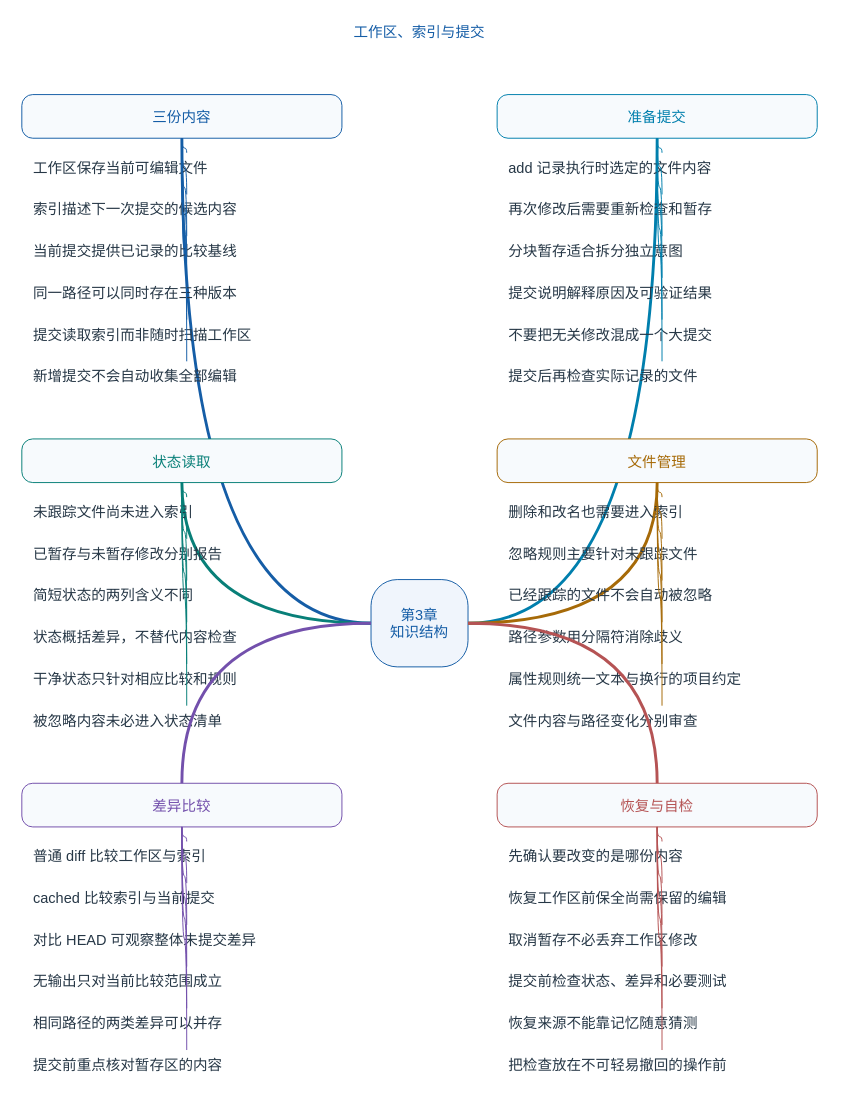
Above: page "第3章 工作区、索引与提交" (3 of 17) of assets/git-book-mindmaps.drawio in tsingke/GitEasy (draw.io), before the change. Source tidied: cells renumbered, new cells numbered last; positions are measured from the earlier drawing's top-left corner, leaving out a move shared by most shapes. Both pictures are drawn from the tidied source at 97%, with x=0, y=0 at pixel (21, 16).
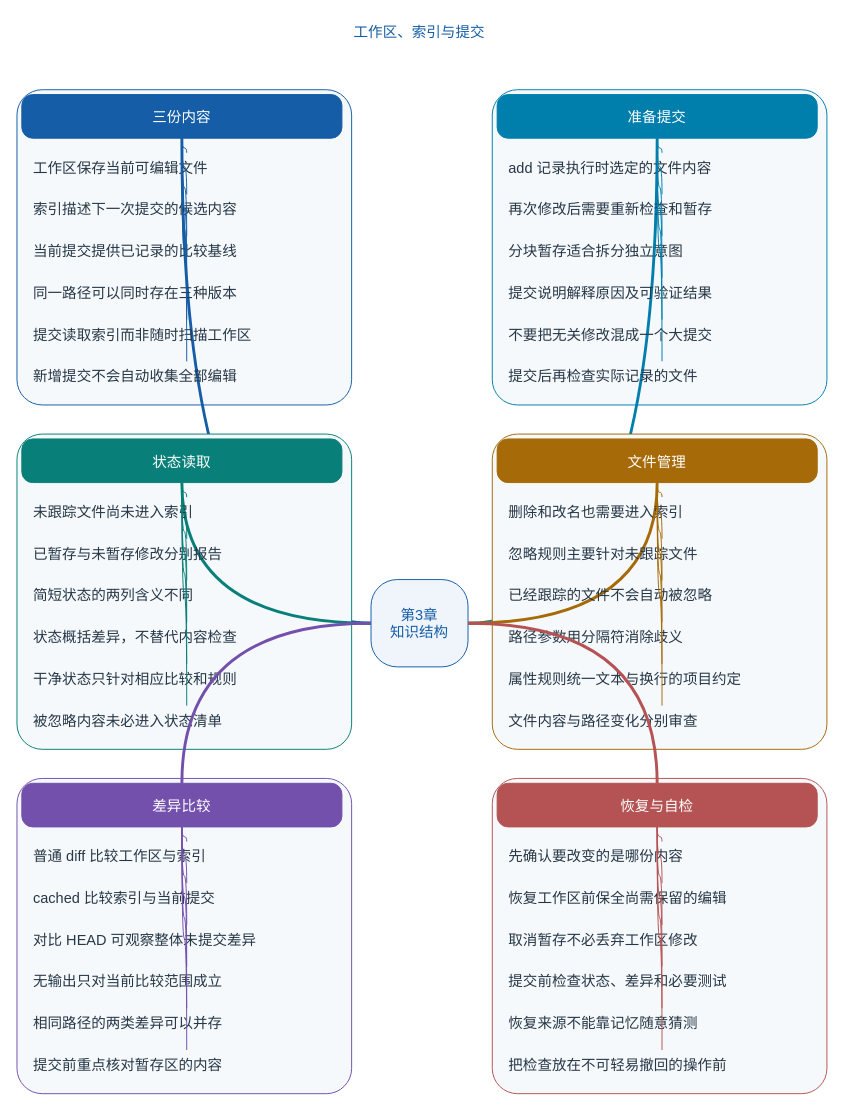
After the change.

What changed in the source:
```diff
@@
+    <mxCell id="88" style="rounded=1;arcSize=8;fillColor=#F6F9FC;strokeColor=#155DA6;html=1;whiteSpace=wrap;fontFamily=Helvetica;fontSize=15;" parent="1" vertex="1">
+      <mxGeometry x="-5" y="75" width="345" height="325" as="geometry" />
+    </mxCell>
-    <mxCell id="4" value="三份内容" style="rounded=1;arcSize=25;align=center;fillColor=#F7FAFD;strokeColor=#155DA6;fontColor=#155DA6;html=1;whiteSpace=wrap;fontFamily=Helvetica;fontSize=15;" parent="1" vertex="1">
+    <mxCell id="4" value="三份内容" style="rounded=1;arcSize=25;align=center;fillColor=#155DA6;strokeColor=#155DA6;fontColor=#FFFFFF;html=1;whiteSpace=wrap;fontFamily=Helvetica;fontSize=15;" parent="1" vertex="1">
       <mxGeometry y="80" width="330" height="45" as="geometry" />
     </mxCell>
@@
+    <mxCell id="89" style="rounded=1;arcSize=8;fillColor=#F6F9FC;strokeColor=#087F78;html=1;whiteSpace=wrap;fontFamily=Helvetica;fontSize=15;" parent="1" vertex="1">
+      <mxGeometry x="-5" y="430" width="345" height="325" as="geometry" />
+    </mxCell>
-    <mxCell id="18" value="状态读取" style="rounded=1;arcSize=25;align=center;fillColor=#F7FAFD;strokeColor=#087F78;fontColor=#087F78;html=1;whiteSpace=wrap;fontFamily=Helvetica;fontSize=15;" parent="1" vertex="1">
+    <mxCell id="18" value="状态读取" style="rounded=1;arcSize=25;align=center;fillColor=#087F78;strokeColor=#087F78;fontColor=#FFFFFF;html=1;whiteSpace=wrap;fontFamily=Helvetica;fontSize=15;" parent="1" vertex="1">
       <mxGeometry y="435" width="330" height="45" as="geometry" />
     </mxCell>
@@
+    <mxCell id="90" style="rounded=1;arcSize=8;fillColor=#F6F9FC;strokeColor=#7350AC;html=1;whiteSpace=wrap;fontFamily=Helvetica;fontSize=15;" parent="1" vertex="1">
+      <mxGeometry x="-5" y="785" width="345" height="325" as="geometry" />
+    </mxCell>
-    <mxCell id="32" value="差异比较" style="rounded=1;arcSize=25;align=center;fillColor=#F7FAFD;strokeColor=#7350AC;fontColor=#7350AC;html=1;whiteSpace=wrap;fontFamily=Helvetica;fontSize=15;" parent="1" vertex="1">
+    <mxCell id="32" value="差异比较" style="rounded=1;arcSize=25;align=center;fillColor=#7350AC;strokeColor=#7350AC;fontColor=#FFFFFF;html=1;whiteSpace=wrap;fontFamily=Helvetica;fontSize=15;" parent="1" vertex="1">
       <mxGeometry y="790" width="330" height="45" as="geometry" />
     </mxCell>
@@
+    <mxCell id="91" style="rounded=1;arcSize=8;fillColor=#F6F9FC;strokeColor=#007FAD;html=1;whiteSpace=wrap;fontFamily=Helvetica;fontSize=15;" parent="1" vertex="1">
+      <mxGeometry x="485" y="75" width="345" height="325" as="geometry" />
+    </mxCell>
-    <mxCell id="46" value="准备提交" style="rounded=1;arcSize=25;align=center;fillColor=#F7FAFD;strokeColor=#007FAD;fontColor=#007FAD;html=1;whiteSpace=wrap;fontFamily=Helvetica;fontSize=15;" parent="1" vertex="1">
+    <mxCell id="46" value="准备提交" style="rounded=1;arcSize=25;align=center;fillColor=#007FAD;strokeColor=#007FAD;fontColor=#FFFFFF;html=1;whiteSpace=wrap;fontFamily=Helvetica;fontSize=15;" parent="1" vertex="1">
       <mxGeometry x="490" y="80" width="330" height="45" as="geometry" />
     </mxCell>
@@
+    <mxCell id="92" style="rounded=1;arcSize=8;fillColor=#F6F9FC;strokeColor=#A66A08;html=1;whiteSpace=wrap;fontFamily=Helvetica;fontSize=15;" parent="1" vertex="1">
+      <mxGeometry x="485" y="430" width="345" height="325" as="geometry" />
+    </mxCell>
-    <mxCell id="60" value="文件管理" style="rounded=1;arcSize=25;align=center;fillColor=#F7FAFD;strokeColor=#A66A08;fontColor=#A66A08;html=1;whiteSpace=wrap;fontFamily=Helvetica;fontSize=15;" parent="1" vertex="1">
+    <mxCell id="60" value="文件管理" style="rounded=1;arcSize=25;align=center;fillColor=#A66A08;strokeColor=#A66A08;fontColor=#FFFFFF;html=1;whiteSpace=wrap;fontFamily=Helvetica;fontSize=15;" parent="1" vertex="1">
       <mxGeometry x="490" y="435" width="330" height="45" as="geometry" />
     </mxCell>
@@
+    <mxCell id="93" style="rounded=1;arcSize=8;fillColor=#F6F9FC;strokeColor=#B55354;html=1;whiteSpace=wrap;fontFamily=Helvetica;fontSize=15;" parent="1" vertex="1">
+      <mxGeometry x="485" y="785" width="345" height="325" as="geometry" />
+    </mxCell>
-    <mxCell id="74" value="恢复与自检" style="rounded=1;arcSize=25;align=center;fillColor=#F7FAFD;strokeColor=#B55354;fontColor=#B55354;html=1;whiteSpace=wrap;fontFamily=Helvetica;fontSize=15;" parent="1" vertex="1">
+    <mxCell id="74" value="恢复与自检" style="rounded=1;arcSize=25;align=center;fillColor=#B55354;strokeColor=#B55354;fontColor=#FFFFFF;html=1;whiteSpace=wrap;fontFamily=Helvetica;fontSize=15;" parent="1" vertex="1">
       <mxGeometry x="490" y="790" width="330" height="45" as="geometry" />
     </mxCell>
```
